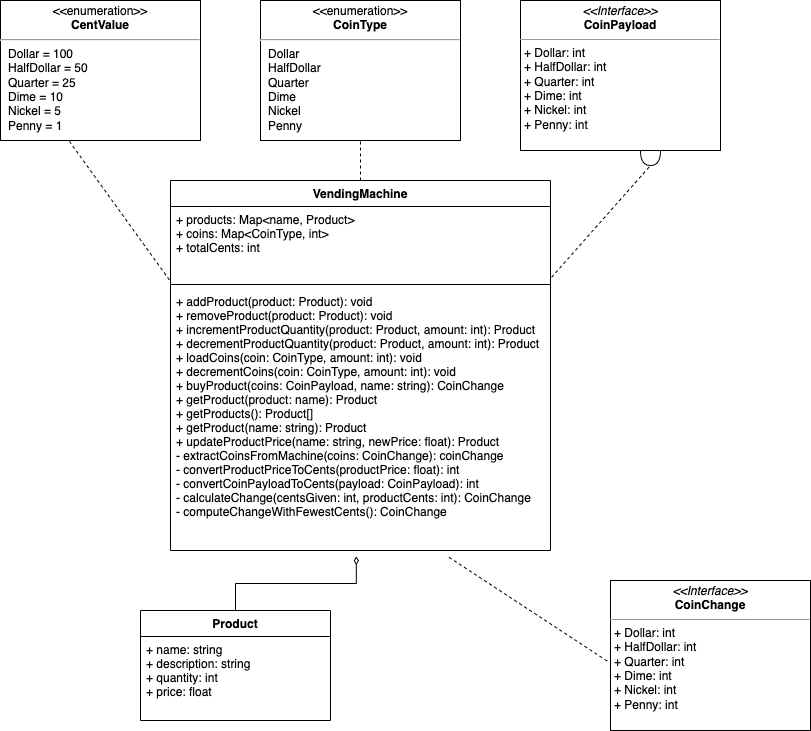
Before: docs/uml/VendingMachine-classdiagram.drawio.png, a diagram exported from draw.io (JayKay24/Pariti_assignment). Source tidied: cells renumbered, new cells last; positions are measured from the earlier drawing's top-left corner, leaving out a move shared by most shapes. Source of this version:
```xml
<mxGraphModel>
  <root>
    <mxCell id="0" />
    <mxCell id="1" parent="0" />
    <mxCell id="2" value="Product" style="swimlane;fontStyle=1;align=center;verticalAlign=top;horizontal=1;startSize=26;" parent="1" vertex="1">
      <mxGeometry x="140" y="610" width="190" height="110" as="geometry" />
    </mxCell>
    <mxCell id="3" value="+ name: string&#10;+ description: string&#10;+ quantity: int&#10;+ price: float" style="text;strokeColor=none;fillColor=none;align=left;verticalAlign=top;spacingLeft=4;spacingRight=4;overflow=hidden;points=[[0,0.5],[1,0.5]];portConstraint=eastwest;" parent="2" vertex="1">
      <mxGeometry y="26" width="190" height="84" as="geometry" />
    </mxCell>
    <mxCell id="4" value="VendingMachine" style="swimlane;fontStyle=1;align=center;verticalAlign=top;horizontal=1;startSize=26;" parent="1" vertex="1">
      <mxGeometry x="170" y="180" width="380" height="370" as="geometry" />
    </mxCell>
    <mxCell id="5" value="+ products: Map&lt;name, Product&gt;&#10;+ coins: Map&lt;CoinType, int&gt;&#10;+ totalCents: int" style="text;strokeColor=none;fillColor=none;align=left;verticalAlign=top;spacingLeft=4;spacingRight=4;overflow=hidden;" parent="4" vertex="1">
      <mxGeometry y="26" width="380" height="74" as="geometry" />
    </mxCell>
    <mxCell id="6" style="line;strokeWidth=1;fillColor=none;align=left;verticalAlign=middle;spacingTop=-1;spacingLeft=3;spacingRight=3;labelPosition=right;" parent="4" vertex="1">
      <mxGeometry y="100" width="380" height="8" as="geometry" />
    </mxCell>
    <mxCell id="7" value="+ addProduct(product: Product): void&#10;+ removeProduct(product: Product): void&#10;+ incrementProductQuantity(product: Product, amount: int): Product&#10;+ decrementProductQuantity(product: Product, amount: int): Product&#10;+ loadCoins(coin: CoinType, amount: int): void&#10;+ decrementCoins(coin: CoinType, amount: int): void&#10;+ buyProduct(coins: CoinPayload, name: string): CoinChange&#10;+ getProduct(product: name): Product&#10;+ getProducts(): Product[]&#10;+ getProduct(name: string): Product&#10;+ updateProductPrice(name: string, newPrice: float): Product&#10;- extractCoinsFromMachine(coins: CoinChange): coinChange&#10;- convertProductPriceToCents(productPrice: float): int&#10;- convertCoinPayloadToCents(payload: CoinPayload): int&#10;- calculateChange(centsGiven: int, productCents: int): CoinChange&#10;- computeChangeWithFewestCents(): CoinChange" style="text;strokeColor=none;fillColor=none;align=left;verticalAlign=top;spacingLeft=4;spacingRight=4;overflow=hidden;points=[[0,0.5],[1,0.5]];portConstraint=eastwest;" parent="4" vertex="1">
      <mxGeometry y="108" width="380" height="262" as="geometry" />
    </mxCell>
    <mxCell id="8" style="endArrow=none;html=1;endFill=0;startArrow=diamondThin;startFill=0;edgeStyle=elbowEdgeStyle;elbow=vertical;rounded=0;exitX=0.489;exitY=1.022;exitDx=0;exitDy=0;exitPerimeter=0;" parent="1" edge="1" source="7" target="2">
      <mxGeometry relative="1" as="geometry" />
    </mxCell>
    <mxCell id="9" value="&lt;p style=&quot;margin:0px;margin-top:4px;text-align:center;&quot;&gt;&amp;lt;&amp;lt;enumeration&amp;gt;&amp;gt;&lt;br&gt;&lt;b&gt;CoinType&lt;/b&gt;&lt;/p&gt;&lt;hr&gt;&lt;p style=&quot;margin:0px;margin-left:8px;text-align:left;&quot;&gt;Dollar&lt;/p&gt;&lt;p style=&quot;margin:0px;margin-left:8px;text-align:left;&quot;&gt;HalfDollar&lt;/p&gt;&lt;p style=&quot;margin:0px;margin-left:8px;text-align:left;&quot;&gt;&lt;span style=&quot;background-color: initial;&quot;&gt;Quarter&lt;/span&gt;&lt;br&gt;&lt;/p&gt;&lt;p style=&quot;margin:0px;margin-left:8px;text-align:left;&quot;&gt;Dime&lt;/p&gt;&lt;p style=&quot;margin:0px;margin-left:8px;text-align:left;&quot;&gt;Nickel&lt;/p&gt;&lt;p style=&quot;margin:0px;margin-left:8px;text-align:left;&quot;&gt;Penny&lt;/p&gt;" style="shape=rect;html=1;overflow=fill;whiteSpace=wrap;" parent="1" vertex="1">
      <mxGeometry x="260" width="200" height="140" as="geometry" />
    </mxCell>
    <mxCell id="10" value="&lt;p style=&quot;margin:0px;margin-top:4px;text-align:center;&quot;&gt;&lt;i&gt;&amp;lt;&amp;lt;Interface&amp;gt;&amp;gt;&lt;/i&gt;&lt;br&gt;&lt;b&gt;CoinPayload&lt;/b&gt;&lt;/p&gt;&lt;hr size=&quot;1&quot;&gt;&lt;p style=&quot;margin:0px;margin-left:4px;&quot;&gt;+ Dollar: int&lt;br&gt;+ HalfDollar: int&lt;/p&gt;&lt;p style=&quot;margin:0px;margin-left:4px;&quot;&gt;+ Quarter: int&lt;/p&gt;&lt;p style=&quot;margin:0px;margin-left:4px;&quot;&gt;+ Dime: int&lt;/p&gt;&lt;p style=&quot;margin:0px;margin-left:4px;&quot;&gt;+ Nickel: int&lt;/p&gt;&lt;p style=&quot;margin:0px;margin-left:4px;&quot;&gt;+ Penny: int&lt;/p&gt;" style="verticalAlign=top;align=left;overflow=fill;fontSize=12;fontFamily=Helvetica;html=1;" parent="1" vertex="1">
      <mxGeometry x="520" width="200" height="150" as="geometry" />
    </mxCell>
    <mxCell id="11" style="shape=requiredInterface;html=1;verticalLabelPosition=bottom;sketch=0;direction=south;" parent="1" vertex="1">
      <mxGeometry x="640" y="150" width="20" height="15" as="geometry" />
    </mxCell>
    <mxCell id="12" value="&lt;p style=&quot;margin:0px;margin-top:4px;text-align:center;&quot;&gt;&amp;lt;&amp;lt;enumeration&amp;gt;&amp;gt;&lt;br&gt;&lt;b&gt;CentValue&lt;/b&gt;&lt;/p&gt;&lt;hr&gt;&lt;p style=&quot;margin:0px;margin-left:8px;text-align:left;&quot;&gt;Dollar = 100&lt;/p&gt;&lt;p style=&quot;margin:0px;margin-left:8px;text-align:left;&quot;&gt;HalfDollar = 50&lt;/p&gt;&lt;p style=&quot;margin:0px;margin-left:8px;text-align:left;&quot;&gt;Quarter = 25&lt;/p&gt;&lt;p style=&quot;margin:0px;margin-left:8px;text-align:left;&quot;&gt;Dime = 10&lt;/p&gt;&lt;p style=&quot;margin:0px;margin-left:8px;text-align:left;&quot;&gt;Nickel = 5&lt;/p&gt;&lt;p style=&quot;margin:0px;margin-left:8px;text-align:left;&quot;&gt;Penny = 1&lt;/p&gt;" style="shape=rect;html=1;overflow=fill;whiteSpace=wrap;" parent="1" vertex="1">
      <mxGeometry width="200" height="140" as="geometry" />
    </mxCell>
    <mxCell id="13" style="endArrow=none;dashed=1;html=1;rounded=0;entryX=0.345;entryY=1.007;entryDx=0;entryDy=0;entryPerimeter=0;exitX=-0.003;exitY=-0.033;exitDx=0;exitDy=0;exitPerimeter=0;" parent="1" edge="1" source="7" target="12">
      <mxGeometry relative="1" as="geometry" />
    </mxCell>
    <mxCell id="14" style="endArrow=none;dashed=1;html=1;rounded=0;entryX=1;entryY=0.5;entryDx=0;entryDy=0;entryPerimeter=0;exitX=1.003;exitY=-0.043;exitDx=0;exitDy=0;exitPerimeter=0;" parent="1" edge="1" source="7" target="11">
      <mxGeometry relative="1" as="geometry" />
    </mxCell>
    <mxCell id="15" style="endArrow=none;dashed=1;html=1;rounded=0;entryX=0.5;entryY=1;entryDx=0;entryDy=0;exitX=0.5;exitY=0;exitDx=0;exitDy=0;" parent="1" edge="1" source="4" target="9">
      <mxGeometry relative="1" as="geometry" />
    </mxCell>
    <mxCell id="16" value="&lt;p style=&quot;margin:0px;margin-top:4px;text-align:center;&quot;&gt;&lt;i&gt;&amp;lt;&amp;lt;Interface&amp;gt;&amp;gt;&lt;/i&gt;&lt;br&gt;&lt;b&gt;CoinChange&lt;/b&gt;&lt;/p&gt;&lt;hr size=&quot;1&quot;&gt;&lt;p style=&quot;margin:0px;margin-left:4px;&quot;&gt;+ Dollar: int&lt;br&gt;+ HalfDollar: int&lt;/p&gt;&lt;p style=&quot;margin:0px;margin-left:4px;&quot;&gt;+ Quarter: int&lt;/p&gt;&lt;p style=&quot;margin:0px;margin-left:4px;&quot;&gt;+ Dime: int&lt;/p&gt;&lt;p style=&quot;margin:0px;margin-left:4px;&quot;&gt;+ Nickel: int&lt;/p&gt;&lt;p style=&quot;margin:0px;margin-left:4px;&quot;&gt;+ Penny: int&lt;/p&gt;" style="verticalAlign=top;align=left;overflow=fill;fontSize=12;fontFamily=Helvetica;html=1;" parent="1" vertex="1">
      <mxGeometry x="610" y="580" width="200" height="150" as="geometry" />
    </mxCell>
    <mxCell id="17" style="endArrow=none;dashed=1;html=1;rounded=0;entryX=-0.005;entryY=0.547;entryDx=0;entryDy=0;entryPerimeter=0;exitX=0.733;exitY=1.026;exitDx=0;exitDy=0;exitPerimeter=0;" parent="1" edge="1" source="7" target="16">
      <mxGeometry relative="1" as="geometry" />
    </mxCell>
  </root>
</mxGraphModel>
```
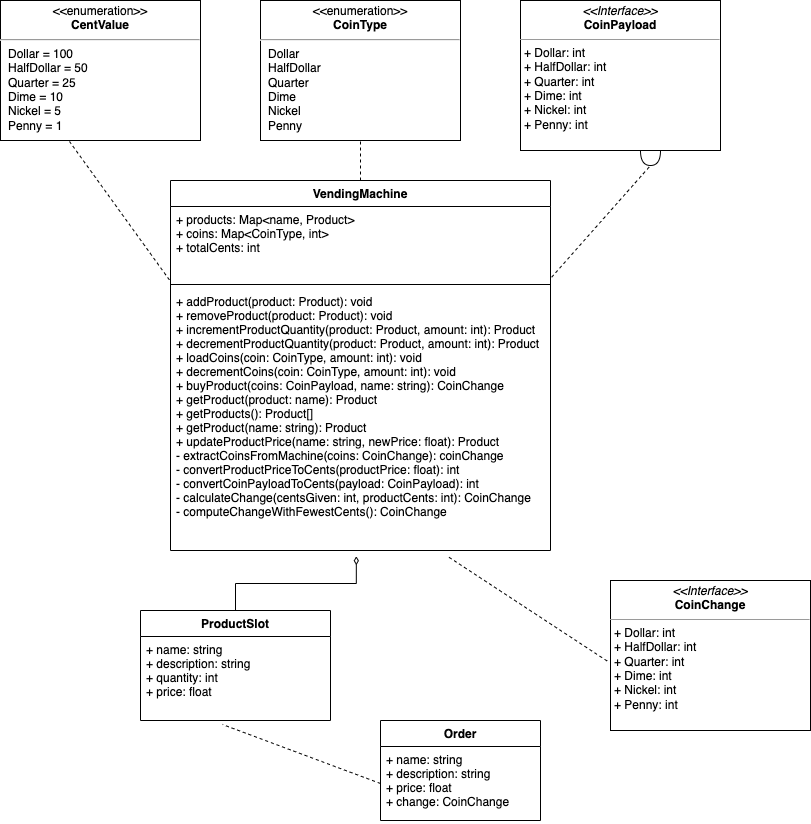
After the commit.

Commit message:
Rename Product to ProductSlot

Change to the diagram source:
```diff
@@ -2,7 +2,7 @@
   <root>
     <mxCell id="0" />
     <mxCell id="1" parent="0" />
-    <mxCell id="2" value="Product" style="swimlane;fontStyle=1;align=center;verticalAlign=top;horizontal=1;startSize=26;" parent="1" vertex="1">
+    <mxCell id="2" value="ProductSlot" style="swimlane;fontStyle=1;align=center;verticalAlign=top;horizontal=1;startSize=26;" parent="1" vertex="1">
       <mxGeometry x="140" y="610" width="190" height="110" as="geometry" />
     </mxCell>
     <mxCell id="3" value="+ name: string&#10;+ description: string&#10;+ quantity: int&#10;+ price: float" style="text;strokeColor=none;fillColor=none;align=left;verticalAlign=top;spacingLeft=4;spacingRight=4;overflow=hidden;points=[[0,0.5],[1,0.5]];portConstraint=eastwest;" parent="2" vertex="1">
@@ -50,5 +50,14 @@
     <mxCell id="17" style="endArrow=none;dashed=1;html=1;rounded=0;entryX=-0.005;entryY=0.547;entryDx=0;entryDy=0;entryPerimeter=0;exitX=0.733;exitY=1.026;exitDx=0;exitDy=0;exitPerimeter=0;" parent="1" edge="1" source="7" target="16">
       <mxGeometry relative="1" as="geometry" />
     </mxCell>
+    <mxCell id="18" value="Order" style="swimlane;fontStyle=1;align=center;verticalAlign=top;horizontal=1;startSize=26;" parent="1" vertex="1">
+      <mxGeometry x="380" y="720" width="160" height="100" as="geometry" />
+    </mxCell>
+    <mxCell id="19" value="+ name: string&#10;+ description: string&#10;+ price: float&#10;+ change: CoinChange&#10;" style="text;strokeColor=none;fillColor=none;align=left;verticalAlign=top;spacingLeft=4;spacingRight=4;overflow=hidden;points=[[0,0.5],[1,0.5]];portConstraint=eastwest;" parent="18" vertex="1">
+      <mxGeometry y="26" width="160" height="74" as="geometry" />
+    </mxCell>
+    <mxCell id="20" style="endArrow=none;dashed=1;html=1;rounded=0;exitX=0;exitY=0.5;exitDx=0;exitDy=0;entryX=0.432;entryY=1.048;entryDx=0;entryDy=0;entryPerimeter=0;" parent="1" edge="1" source="19" target="3">
+      <mxGeometry relative="1" as="geometry" />
+    </mxCell>
   </root>
 </mxGraphModel>
```
